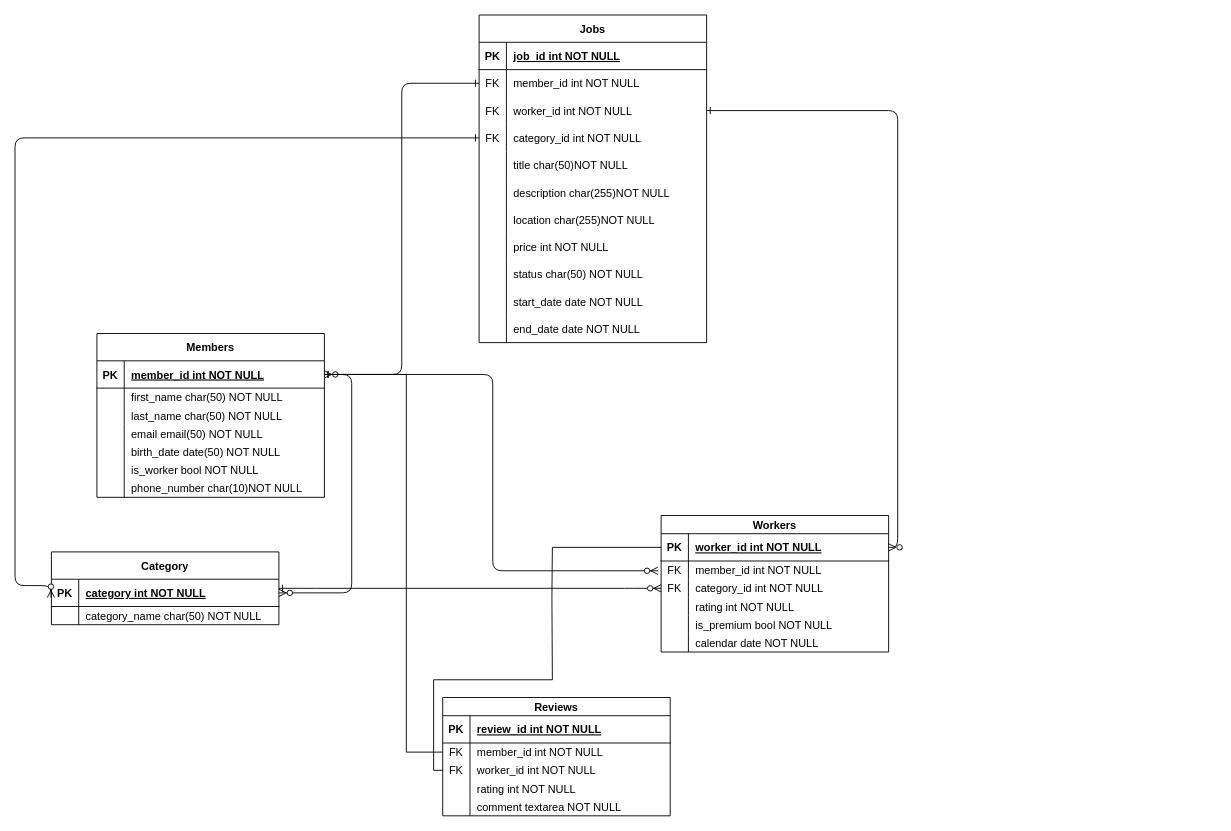
Earlier version of the draw.io diagram mester Diagram.drawio (CiubanDan/mester). Source tidied: cells renumbered, new cells numbered last; positions are measured from the earlier drawing's top-left corner, leaving out a move shared by most shapes. Both pictures are drawn from the tidied source at 91%, with x=0, y=0 at pixel (15, 15).
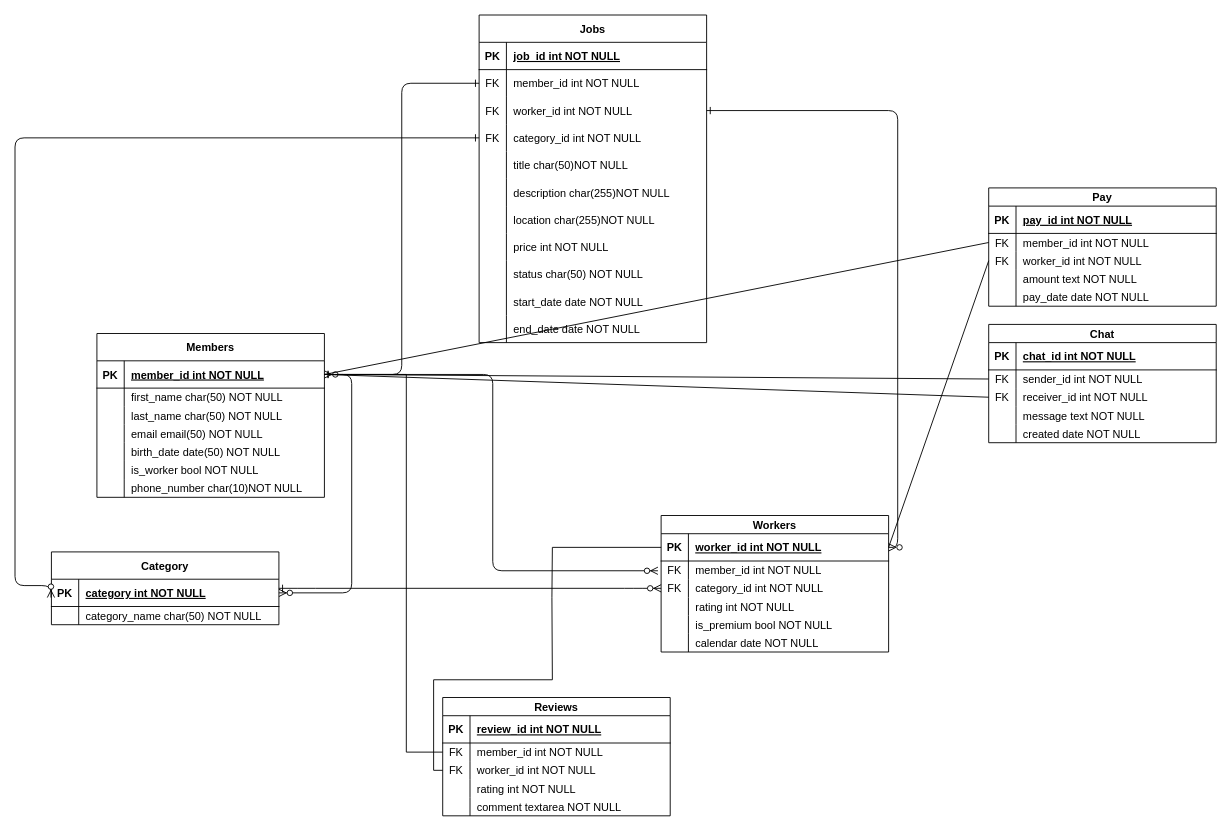
Above is the later version.

Unchanged cells that the change refers to:
```xml
<mxCell id="39" style="shape=partialRectangle;fillColor=none;points=[[0,0.5],[1,0.5]];portConstraint=eastwest;top=0;left=0;right=0;bottom=1;" parent="38" vertex="1">
  <mxGeometry y="30" width="250" height="30" as="geometry" />
</mxCell>
<mxCell id="61" style="shape=partialRectangle;fillColor=none;points=[[0,0.5],[1,0.5]];portConstraint=eastwest;top=0;left=0;right=0;bottom=1;" parent="60" vertex="1">
  <mxGeometry y="20" width="250" height="30" as="geometry" />
</mxCell>
```

Diff of the diagram source:
```diff
@@
+    <mxCell id="110" value="Chat" style="shape=table;startSize=20;childLayout=tableLayout;rowLines=0;fontStyle=1;align=center;" parent="1" vertex="1">
+      <mxGeometry x="1070" y="340" width="250" height="130" as="geometry" />
+    </mxCell>
+    <mxCell id="111" style="shape=partialRectangle;fillColor=none;top=0;left=0;right=0;bottom=1;" parent="110" vertex="1">
+      <mxGeometry y="20" width="250" height="30" as="geometry" />
+    </mxCell>
+    <mxCell id="112" value="PK" style="shape=partialRectangle;overflow=hidden;fillColor=none;top=0;left=0;bottom=0;right=0;fontStyle=1;" parent="111" vertex="1">
+      <mxGeometry width="30" height="30" as="geometry" />
+    </mxCell>
+    <mxCell id="113" value="chat_id int NOT NULL " style="shape=partialRectangle;overflow=hidden;fillColor=none;top=0;left=0;bottom=0;right=0;align=left;spacingLeft=6;fontStyle=5;" parent="111" vertex="1">
+      <mxGeometry x="30" width="220" height="30" as="geometry" />
+    </mxCell>
+    <mxCell id="114" style="shape=partialRectangle;fillColor=none;points=[[0,0.5],[1,0.5]];portConstraint=eastwest;top=0;left=0;right=0;bottom=0;" parent="110" vertex="1">
+      <mxGeometry y="50" width="250" height="20" as="geometry" />
+    </mxCell>
+    <mxCell id="115" value="FK" style="shape=partialRectangle;overflow=hidden;fillColor=none;top=0;left=0;bottom=0;right=0;" parent="114" vertex="1">
+      <mxGeometry width="30" height="20" as="geometry" />
+    </mxCell>
+    <mxCell id="116" value="sender_id int NOT NULL" style="shape=partialRectangle;overflow=hidden;fillColor=none;top=0;left=0;bottom=0;right=0;align=left;spacingLeft=6;" parent="114" vertex="1">
+      <mxGeometry x="30" width="220" height="20" as="geometry" />
+    </mxCell>
+    <mxCell id="117" style="shape=partialRectangle;fillColor=none;points=[[0,0.5],[1,0.5]];portConstraint=eastwest;top=0;left=0;right=0;bottom=0;" parent="110" vertex="1">
+      <mxGeometry y="70" width="250" height="20" as="geometry" />
+    </mxCell>
+    <mxCell id="118" value="FK" style="shape=partialRectangle;overflow=hidden;fillColor=none;top=0;left=0;bottom=0;right=0;" parent="117" vertex="1">
+      <mxGeometry width="30" height="20" as="geometry" />
+    </mxCell>
+    <mxCell id="119" value="receiver_id int NOT NULL" style="shape=partialRectangle;overflow=hidden;fillColor=none;top=0;left=0;bottom=0;right=0;align=left;spacingLeft=6;" parent="117" vertex="1">
+      <mxGeometry x="30" width="220" height="20" as="geometry" />
+    </mxCell>
+    <mxCell id="120" style="shape=partialRectangle;fillColor=none;top=0;left=0;right=0;bottom=0;" parent="110" vertex="1">
+      <mxGeometry y="90" width="250" height="20" as="geometry" />
+    </mxCell>
+    <mxCell id="121" style="shape=partialRectangle;overflow=hidden;fillColor=none;top=0;left=0;bottom=0;right=0;" parent="120" vertex="1">
+      <mxGeometry width="30" height="20" as="geometry" />
+    </mxCell>
+    <mxCell id="122" value="message text NOT NULL" style="shape=partialRectangle;overflow=hidden;fillColor=none;top=0;left=0;bottom=0;right=0;align=left;spacingLeft=6;" parent="120" vertex="1">
+      <mxGeometry x="30" width="220" height="20" as="geometry" />
+    </mxCell>
+    <mxCell id="123" style="shape=partialRectangle;fillColor=none;top=0;left=0;right=0;bottom=0;" parent="110" vertex="1">
+      <mxGeometry y="110" width="250" height="20" as="geometry" />
+    </mxCell>
+    <mxCell id="124" style="shape=partialRectangle;overflow=hidden;fillColor=none;top=0;left=0;bottom=0;right=0;" parent="123" vertex="1">
+      <mxGeometry width="30" height="20" as="geometry" />
+    </mxCell>
+    <mxCell id="125" value="created date NOT NULL" style="shape=partialRectangle;overflow=hidden;fillColor=none;top=0;left=0;bottom=0;right=0;align=left;spacingLeft=6;" parent="123" vertex="1">
+      <mxGeometry x="30" width="220" height="20" as="geometry" />
+    </mxCell>
+    <mxCell id="126" style="endArrow=none;html=1;rounded=0;entryX=0;entryY=0.5;entryDx=0;entryDy=0;exitX=1;exitY=0.5;exitDx=0;exitDy=0;" parent="1" edge="1" source="39" target="114">
+      <mxGeometry relative="1" as="geometry" />
+    </mxCell>
+    <mxCell id="127" style="endArrow=none;html=1;rounded=0;entryX=0;entryY=0.5;entryDx=0;entryDy=0;exitX=1;exitY=0.5;exitDx=0;exitDy=0;" parent="1" edge="1" source="39" target="117">
+      <mxGeometry relative="1" as="geometry" />
+    </mxCell>
+    <mxCell id="128" value="Pay" style="shape=table;startSize=20;childLayout=tableLayout;rowLines=0;fontStyle=1;align=center;" parent="1" vertex="1">
+      <mxGeometry x="1070" y="190" width="250" height="130" as="geometry" />
+    </mxCell>
+    <mxCell id="129" style="shape=partialRectangle;fillColor=none;top=0;left=0;right=0;bottom=1;" parent="128" vertex="1">
+      <mxGeometry y="20" width="250" height="30" as="geometry" />
+    </mxCell>
+    <mxCell id="130" value="PK" style="shape=partialRectangle;overflow=hidden;fillColor=none;top=0;left=0;bottom=0;right=0;fontStyle=1;" parent="129" vertex="1">
+      <mxGeometry width="30" height="30" as="geometry" />
+    </mxCell>
+    <mxCell id="131" value="pay_id int NOT NULL " style="shape=partialRectangle;overflow=hidden;fillColor=none;top=0;left=0;bottom=0;right=0;align=left;spacingLeft=6;fontStyle=5;" parent="129" vertex="1">
+      <mxGeometry x="30" width="220" height="30" as="geometry" />
+    </mxCell>
+    <mxCell id="132" style="shape=partialRectangle;fillColor=none;points=[[0,0.5],[1,0.5]];portConstraint=eastwest;top=0;left=0;right=0;bottom=0;" parent="128" vertex="1">
+      <mxGeometry y="50" width="250" height="20" as="geometry" />
+    </mxCell>
+    <mxCell id="133" value="FK" style="shape=partialRectangle;overflow=hidden;fillColor=none;top=0;left=0;bottom=0;right=0;" parent="132" vertex="1">
+      <mxGeometry width="30" height="20" as="geometry" />
+    </mxCell>
+    <mxCell id="134" value="member_id int NOT NULL" style="shape=partialRectangle;overflow=hidden;fillColor=none;top=0;left=0;bottom=0;right=0;align=left;spacingLeft=6;" parent="132" vertex="1">
+      <mxGeometry x="30" width="220" height="20" as="geometry" />
+    </mxCell>
+    <mxCell id="135" style="shape=partialRectangle;fillColor=none;points=[[0,0.5],[1,0.5]];portConstraint=eastwest;top=0;left=0;right=0;bottom=0;" parent="128" vertex="1">
+      <mxGeometry y="70" width="250" height="20" as="geometry" />
+    </mxCell>
+    <mxCell id="136" value="FK" style="shape=partialRectangle;overflow=hidden;fillColor=none;top=0;left=0;bottom=0;right=0;" parent="135" vertex="1">
+      <mxGeometry width="30" height="20" as="geometry" />
+    </mxCell>
+    <mxCell id="137" value="worker_id int NOT NULL" style="shape=partialRectangle;overflow=hidden;fillColor=none;top=0;left=0;bottom=0;right=0;align=left;spacingLeft=6;" parent="135" vertex="1">
+      <mxGeometry x="30" width="220" height="20" as="geometry" />
+    </mxCell>
+    <mxCell id="138" style="shape=partialRectangle;fillColor=none;top=0;left=0;right=0;bottom=0;" parent="128" vertex="1">
+      <mxGeometry y="90" width="250" height="20" as="geometry" />
+    </mxCell>
+    <mxCell id="139" style="shape=partialRectangle;overflow=hidden;fillColor=none;top=0;left=0;bottom=0;right=0;" parent="138" vertex="1">
+      <mxGeometry width="30" height="20" as="geometry" />
+    </mxCell>
+    <mxCell id="140" value="amount text NOT NULL" style="shape=partialRectangle;overflow=hidden;fillColor=none;top=0;left=0;bottom=0;right=0;align=left;spacingLeft=6;" parent="138" vertex="1">
+      <mxGeometry x="30" width="220" height="20" as="geometry" />
+    </mxCell>
+    <mxCell id="141" style="shape=partialRectangle;fillColor=none;top=0;left=0;right=0;bottom=0;" parent="128" vertex="1">
+      <mxGeometry y="110" width="250" height="20" as="geometry" />
+    </mxCell>
+    <mxCell id="142" style="shape=partialRectangle;overflow=hidden;fillColor=none;top=0;left=0;bottom=0;right=0;" parent="141" vertex="1">
+      <mxGeometry width="30" height="20" as="geometry" />
+    </mxCell>
+    <mxCell id="143" value="pay_date date NOT NULL" style="shape=partialRectangle;overflow=hidden;fillColor=none;top=0;left=0;bottom=0;right=0;align=left;spacingLeft=6;" parent="141" vertex="1">
+      <mxGeometry x="30" width="220" height="20" as="geometry" />
+    </mxCell>
+    <mxCell id="144" style="endArrow=none;html=1;rounded=0;entryX=0;entryY=0.5;entryDx=0;entryDy=0;exitX=1;exitY=0.5;exitDx=0;exitDy=0;" parent="1" edge="1" source="39" target="132">
+      <mxGeometry relative="1" as="geometry" />
+    </mxCell>
+    <mxCell id="145" style="endArrow=none;html=1;rounded=0;entryX=0;entryY=0.5;entryDx=0;entryDy=0;exitX=1;exitY=0.5;exitDx=0;exitDy=0;" parent="1" edge="1" source="61" target="135">
+      <mxGeometry relative="1" as="geometry" />
+    </mxCell>
```
